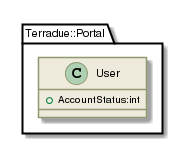
Terradue/doc-tep-geohazards-arch keeps this PlantUML diagram as _images/plantuml-67726044556f5b21d3f973d4102b3f4c3476a357.png. Above is the earlier version. Its diagram source:
```plantuml
@startuml

skinparam backgroundColor #FFFFFF


skinparam sequence {

        ActorBorderColor #000000

        ArrowColor #919871
        ArrowFontSize 8
        ArrowFontStyle plain
        ArrowFontName Arial

        LifeLineBorderColor #919871
        LifeLineBackgroundColor #EEEBDC

        ParticipantBorderColor #919871
        ParticipantBackgroundColor #EEEBDC
        ParticipantFontName Arial
        ParticipantFontSize 10
        ParticipantFontColor #000000

        ActorBackgroundColor #EEEBDC
        ActorFontColor #000000
        ActorFontSize 10
        ActorFontName Arial

}

skinparam class {

	ArrowFontColor #000000
	ArrowFontSize 10
	ArrowFontStyle plain
	ArrowFontName Arial

	AttributeFontColor #000000
	AttributeFontSize 10
	AttributeIconSize 11
	AttributeFontStyle plain
	AttributeFontName Arial

	FontColor #000000
	FontSize 11
	FontStyle plain
	FontName Arial

	StereotypeFontColor #000000
	StereotypeFontSize 10
	StereotypeFontStyle plain
	StereotypeFontName Arial

	BackgroundColor #EEEBDC
 	ArrowColor #919871
 	BorderColor #919871

 }

skinparam component {

	FontSize 11
 	BackgroundColor #EEEBDC
 	InterfaceBackgroundColor white
	InterfaceBorderColor black
 	BorderColor #919871
	ArrowColor black
 	ArrowFontColor #777777
 	FontName Arial
 	ArrowFontName Arial



}

skinparam package {
	FontColor black
	FontSize 11
	FontStyle plain
	FontName Arial
}

skinparam state {
	BackgroundColor #EEEBDC
	BorderColor #919871
	ArrowColor  black


	FontColor black
	FontSize 11
	FontStyle plain
	FontName Arial

	ArrowFontColor black
	ArrowFontSize 11
	ArrowFontStyle plain
	ArrowFontName Arial
	AttributeFontColor black
	AttributeFontSize 11
	AttributeFontStyle plain
	AttributeFontName Arial

}

skinparam activity {

	ArrowColor black
	BackgroundColor #EEEBDC
	BorderColor #919871
	StartColor black
	EndColor black
	BarColor #919871

	FontColor black
	FontSize 11
	FontStyle plain
	FontName Arial

	ArrowFontColor black
	ArrowFontSize 11
	ArrowFontStyle plain
	ArrowFontName Arial

}

skinparam usecase {

	BackgroundColor #EEEBDC
 	InterfaceBackgroundColor white
	InterfaceBorderColor black
 	BorderColor #919871
	ArrowColor black
	ActorBorderColor #919871
	ActorFontName Courier

}
skinparam backgroundColor #FFFFFF
skinparam componentStyle uml2
set namespaceSeparator ::
class Terradue::Portal::User {
[[../information/classes/class_terradue_1_1_portal_1_1_user.html]]
 +AccountStatus:int
}

@enduml
```
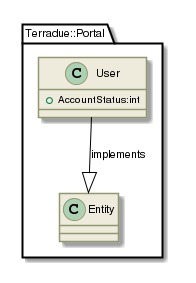
Later version of the same file.

Change to the diagram source:
```diff
@@ -141,5 +141,6 @@
 [[../information/classes/class_terradue_1_1_portal_1_1_user.html]]
  +AccountStatus:int
 }
+Terradue::Portal::User  --|>  Terradue::Portal::Entity : implements
 
 @enduml
```
